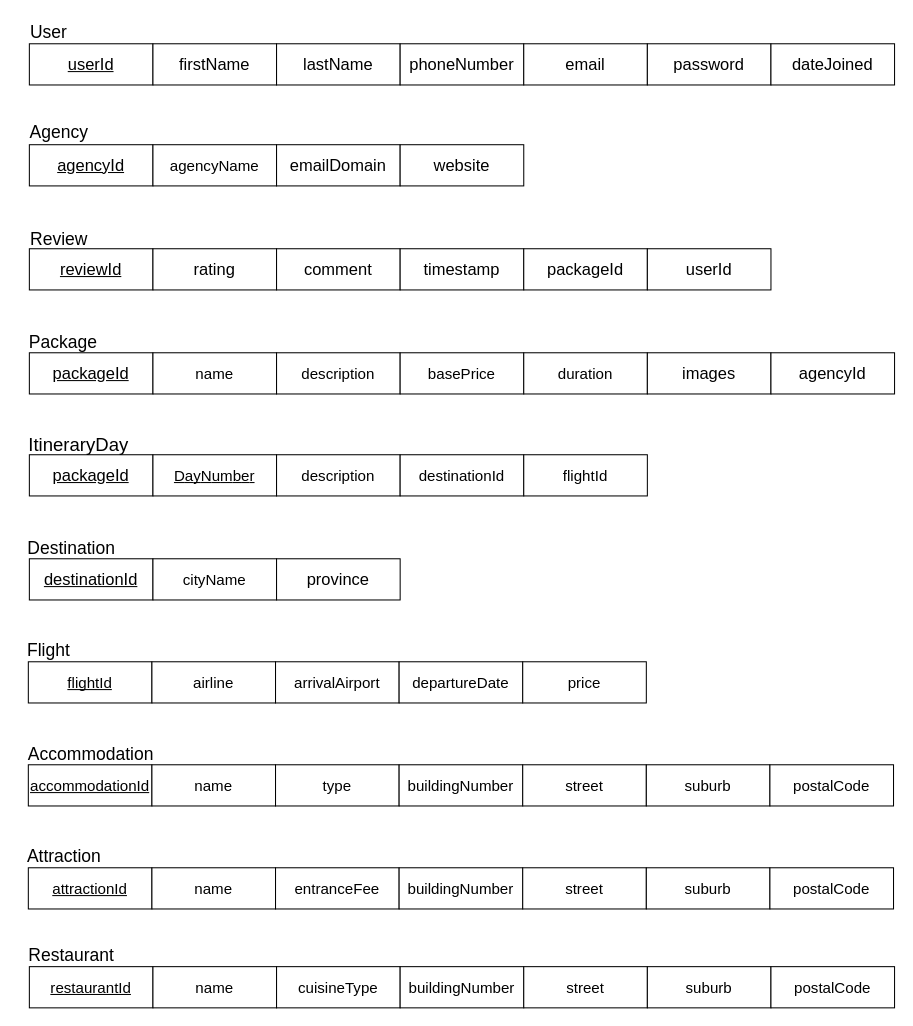
The draw.io diagram page "Step 2" (3 of 7) of Tripistry.drawio in Chloe-Larsen/COS-221-Assignment-5, before the edit. Source tidied: cells renumbered, new cells numbered last; positions are measured from the earlier drawing's top-left corner, leaving out a move shared by most shapes. Both pictures are drawn from the tidied source at 103%, with x=0, y=0 at pixel (18, 18).
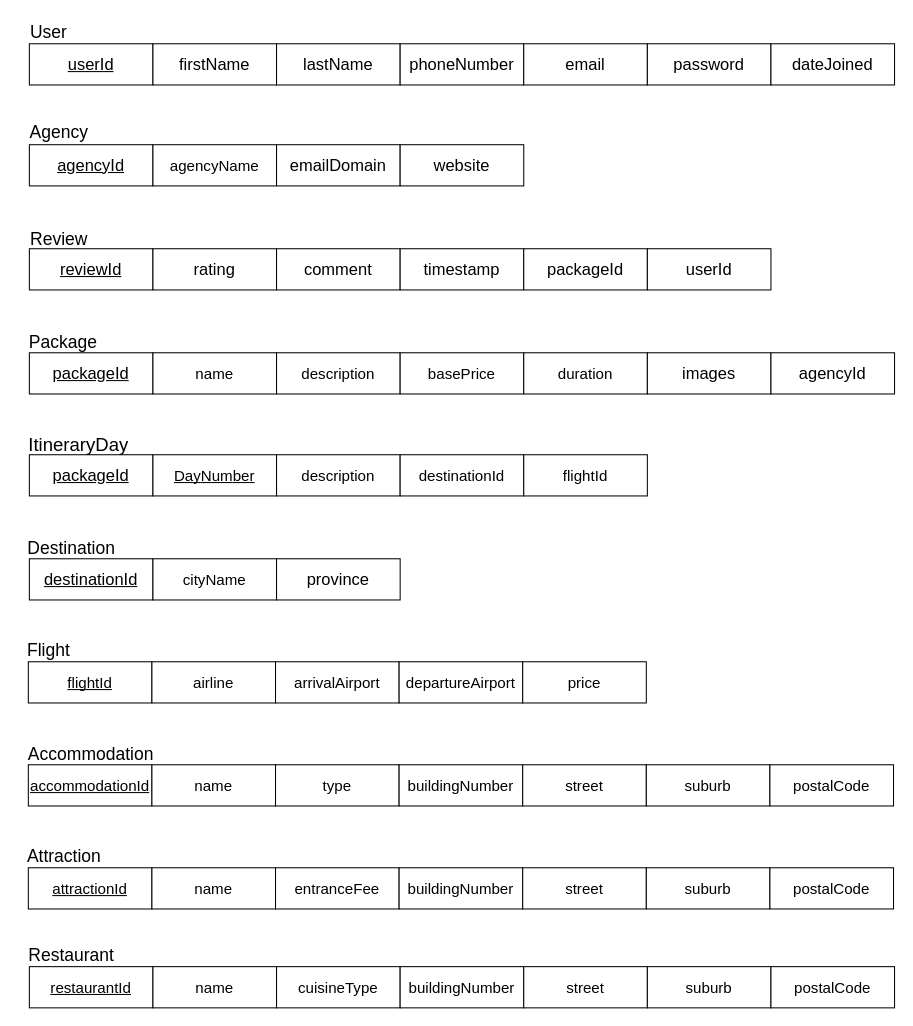
Above is the later version.

Diff of the diagram source:
```diff
@@
-    <mxCell id="32" value="&lt;span id=&quot;docs-internal-guid-50c5e4e0-7fff-5d8b-dbe0-517f91342ceb&quot;&gt;&lt;span style=&quot;font-size: 11pt; font-family: Arial, sans-serif; background-color: transparent; font-variant: normal; vertical-align: baseline; white-space: pre-wrap;&quot;&gt;departureDate&lt;/span&gt;&lt;/span&gt;" style="rounded=0;whiteSpace=wrap;html=1;fontSize=16;" parent="1" vertex="1">
+    <mxCell id="32" value="&lt;span id=&quot;docs-internal-guid-50c5e4e0-7fff-5d8b-dbe0-517f91342ceb&quot;&gt;&lt;span style=&quot;font-size: 11pt; font-family: Arial, sans-serif; background-color: transparent; font-variant: normal; vertical-align: baseline; white-space: pre-wrap;&quot;&gt;departureAirport&lt;/span&gt;&lt;/span&gt;" style="rounded=0;whiteSpace=wrap;html=1;fontSize=16;" parent="1" vertex="1">
       <mxGeometry x="370" y="625" width="120" height="40" as="geometry" />
     </mxCell>
```
